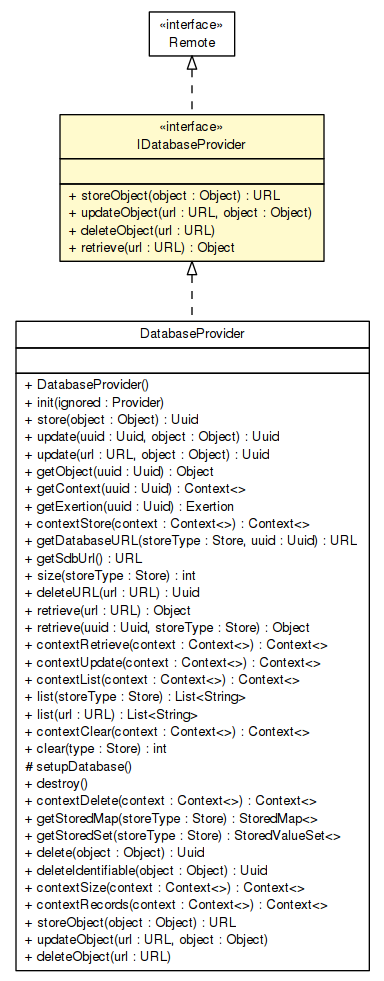
This is apidocs/sorcer/core/provider/dbp/IDatabaseProvider.png from sorcersoft/sorcersoft.github.io, a Graphviz export, as it was before one commit. Its source is kept beside it as apidocs/sorcer/core/provider/dbp/IDatabaseProvider.dot.
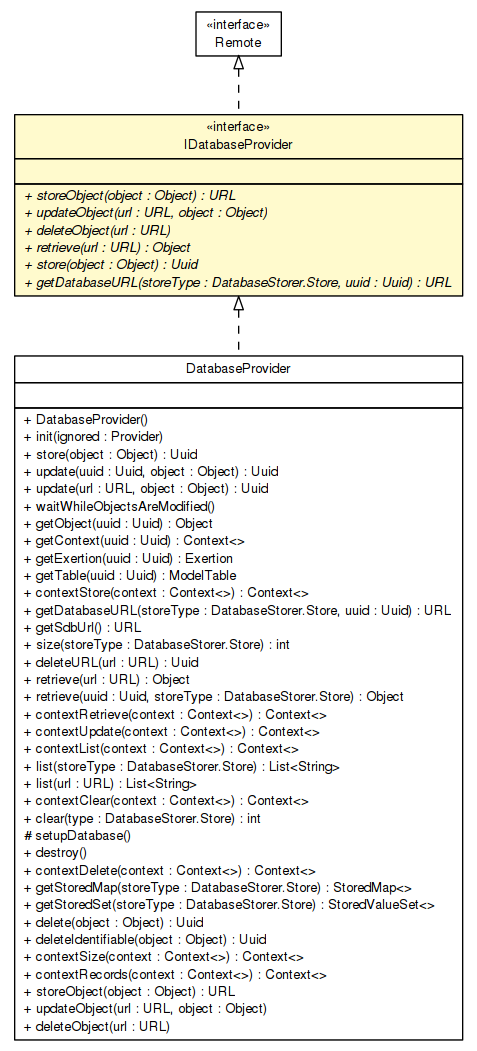
After the commit.

Diff of the diagram source:
```diff
@@ -4,7 +4,7 @@
 	node [fontname="Helvetica",fontsize=10,shape=plaintext];
 	nodesep=0.25;
 	ranksep=0.5;
-	c263760 [label=<<table title="sorcer.core.provider.dbp.DatabaseProvider" border="0" cellborder="1" cellspacing="0" cellpadding="2" port="p" href="./DatabaseProvider.html">
+	c278459 [label=<<table title="sorcer.core.provider.dbp.DatabaseProvider" border="0" cellborder="1" cellspacing="0" cellpadding="2" port="p" href="./DatabaseProvider.html">
 		<tr><td><table border="0" cellspacing="0" cellpadding="1">
 <tr><td align="center" balign="center"> DatabaseProvider </td></tr>
 		</table></td></tr>
@@ -17,28 +17,30 @@
 <tr><td align="left" balign="left"> + store(object : Object) : Uuid </td></tr>
 <tr><td align="left" balign="left"> + update(uuid : Uuid, object : Object) : Uuid </td></tr>
 <tr><td align="left" balign="left"> + update(url : URL, object : Object) : Uuid </td></tr>
+<tr><td align="left" balign="left"> + waitWhileObjectsAreModified() </td></tr>
 <tr><td align="left" balign="left"> + getObject(uuid : Uuid) : Object </td></tr>
 <tr><td align="left" balign="left"> + getContext(uuid : Uuid) : Context&lt;&gt; </td></tr>
 <tr><td align="left" balign="left"> + getExertion(uuid : Uuid) : Exertion </td></tr>
+<tr><td align="left" balign="left"> + getTable(uuid : Uuid) : ModelTable </td></tr>
 <tr><td align="left" balign="left"> + contextStore(context : Context&lt;&gt;) : Context&lt;&gt; </td></tr>
-<tr><td align="left" balign="left"> + getDatabaseURL(storeType : Store, uuid : Uuid) : URL </td></tr>
+<tr><td align="left" balign="left"> + getDatabaseURL(storeType : DatabaseStorer.Store, uuid : Uuid) : URL </td></tr>
 <tr><td align="left" balign="left"> + getSdbUrl() : URL </td></tr>
-<tr><td align="left" balign="left"> + size(storeType : Store) : int </td></tr>
+<tr><td align="left" balign="left"> + size(storeType : DatabaseStorer.Store) : int </td></tr>
 <tr><td align="left" balign="left"> + deleteURL(url : URL) : Uuid </td></tr>
 <tr><td align="left" balign="left"> + retrieve(url : URL) : Object </td></tr>
-<tr><td align="left" balign="left"> + retrieve(uuid : Uuid, storeType : Store) : Object </td></tr>
+<tr><td align="left" balign="left"> + retrieve(uuid : Uuid, storeType : DatabaseStorer.Store) : Object </td></tr>
 <tr><td align="left" balign="left"> + contextRetrieve(context : Context&lt;&gt;) : Context&lt;&gt; </td></tr>
 <tr><td align="left" balign="left"> + contextUpdate(context : Context&lt;&gt;) : Context&lt;&gt; </td></tr>
 <tr><td align="left" balign="left"> + contextList(context : Context&lt;&gt;) : Context&lt;&gt; </td></tr>
-<tr><td align="left" balign="left"> + list(storeType : Store) : List&lt;String&gt; </td></tr>
+<tr><td align="left" balign="left"> + list(storeType : DatabaseStorer.Store) : List&lt;String&gt; </td></tr>
 <tr><td align="left" balign="left"> + list(url : URL) : List&lt;String&gt; </td></tr>
 <tr><td align="left" balign="left"> + contextClear(context : Context&lt;&gt;) : Context&lt;&gt; </td></tr>
-<tr><td align="left" balign="left"> + clear(type : Store) : int </td></tr>
+<tr><td align="left" balign="left"> + clear(type : DatabaseStorer.Store) : int </td></tr>
 <tr><td align="left" balign="left"> # setupDatabase() </td></tr>
 <tr><td align="left" balign="left"> + destroy() </td></tr>
 <tr><td align="left" balign="left"> + contextDelete(context : Context&lt;&gt;) : Context&lt;&gt; </td></tr>
-<tr><td align="left" balign="left"> + getStoredMap(storeType : Store) : StoredMap&lt;&gt; </td></tr>
-<tr><td align="left" balign="left"> + getStoredSet(storeType : Store) : StoredValueSet&lt;&gt; </td></tr>
+<tr><td align="left" balign="left"> + getStoredMap(storeType : DatabaseStorer.Store) : StoredMap&lt;&gt; </td></tr>
+<tr><td align="left" balign="left"> + getStoredSet(storeType : DatabaseStorer.Store) : StoredValueSet&lt;&gt; </td></tr>
 <tr><td align="left" balign="left"> + delete(object : Object) : Uuid </td></tr>
 <tr><td align="left" balign="left"> + deleteIdentifiable(object : Object) : Uuid </td></tr>
 <tr><td align="left" balign="left"> + contextSize(context : Context&lt;&gt;) : Context&lt;&gt; </td></tr>
@@ -48,7 +50,7 @@
 <tr><td align="left" balign="left"> + deleteObject(url : URL) </td></tr>
 		</table></td></tr>
 		</table>>, URL="./DatabaseProvider.html", fontname="Helvetica", fontcolor="black", fontsize=10.0];
-	c263764 [label=<<table title="sorcer.core.provider.dbp.IDatabaseProvider" border="0" cellborder="1" cellspacing="0" cellpadding="2" port="p" bgcolor="lemonChiffon" href="./IDatabaseProvider.html">
+	c278463 [label=<<table title="sorcer.core.provider.dbp.IDatabaseProvider" border="0" cellborder="1" cellspacing="0" cellpadding="2" port="p" bgcolor="lemonChiffon" href="./IDatabaseProvider.html">
 		<tr><td><table border="0" cellspacing="0" cellpadding="1">
 <tr><td align="center" balign="center"> &#171;interface&#187; </td></tr>
 <tr><td align="center" balign="center"> IDatabaseProvider </td></tr>
@@ -57,15 +59,17 @@
 <tr><td align="left" balign="left">  </td></tr>
 		</table></td></tr>
 		<tr><td><table border="0" cellspacing="0" cellpadding="1">
-<tr><td align="left" balign="left"> + storeObject(object : Object) : URL </td></tr>
-<tr><td align="left" balign="left"> + updateObject(url : URL, object : Object) </td></tr>
-<tr><td align="left" balign="left"> + deleteObject(url : URL) </td></tr>
-<tr><td align="left" balign="left"> + retrieve(url : URL) : Object </td></tr>
+<tr><td align="left" balign="left"><font face="Helvetica-Oblique" point-size="10.0"> + storeObject(object : Object) : URL </font></td></tr>
+<tr><td align="left" balign="left"><font face="Helvetica-Oblique" point-size="10.0"> + updateObject(url : URL, object : Object) </font></td></tr>
+<tr><td align="left" balign="left"><font face="Helvetica-Oblique" point-size="10.0"> + deleteObject(url : URL) </font></td></tr>
+<tr><td align="left" balign="left"><font face="Helvetica-Oblique" point-size="10.0"> + retrieve(url : URL) : Object </font></td></tr>
+<tr><td align="left" balign="left"><font face="Helvetica-Oblique" point-size="10.0"> + store(object : Object) : Uuid </font></td></tr>
+<tr><td align="left" balign="left"><font face="Helvetica-Oblique" point-size="10.0"> + getDatabaseURL(storeType : DatabaseStorer.Store, uuid : Uuid) : URL </font></td></tr>
 		</table></td></tr>
 		</table>>, URL="./IDatabaseProvider.html", fontname="Helvetica", fontcolor="black", fontsize=10.0];
-	c263764:p -> c263760:p [dir=back,arrowtail=empty,style=dashed];
-	c264132:p -> c263764:p [dir=back,arrowtail=empty,style=dashed];
-	c264132 [label=<<table title="java.rmi.Remote" border="0" cellborder="1" cellspacing="0" cellpadding="2" port="p" href="http://docs.oracle.com/javase/7/docs/api/java/rmi/Remote.html">
+	c278463:p -> c278459:p [dir=back,arrowtail=empty,style=dashed];
+	c278849:p -> c278463:p [dir=back,arrowtail=empty,style=dashed];
+	c278849 [label=<<table title="java.rmi.Remote" border="0" cellborder="1" cellspacing="0" cellpadding="2" port="p" href="http://docs.oracle.com/javase/7/docs/api/java/rmi/Remote.html">
 		<tr><td><table border="0" cellspacing="0" cellpadding="1">
 <tr><td align="center" balign="center"> &#171;interface&#187; </td></tr>
 <tr><td align="center" balign="center"> Remote </td></tr>
```
